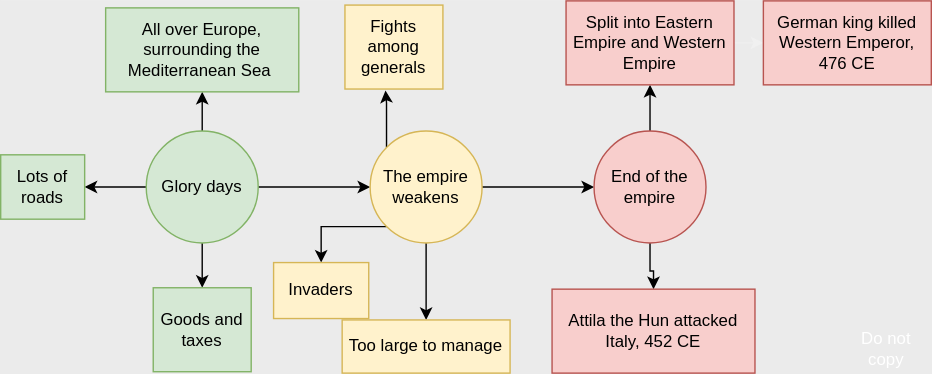
The draw.io diagram html/medieval_europe/source/source_1.drawio.svg in urbanetrex/cdn, before a commit. Source tidied: cells renumbered, new cells last; positions are measured from the earlier drawing's top-left corner, leaving out a move shared by most shapes.
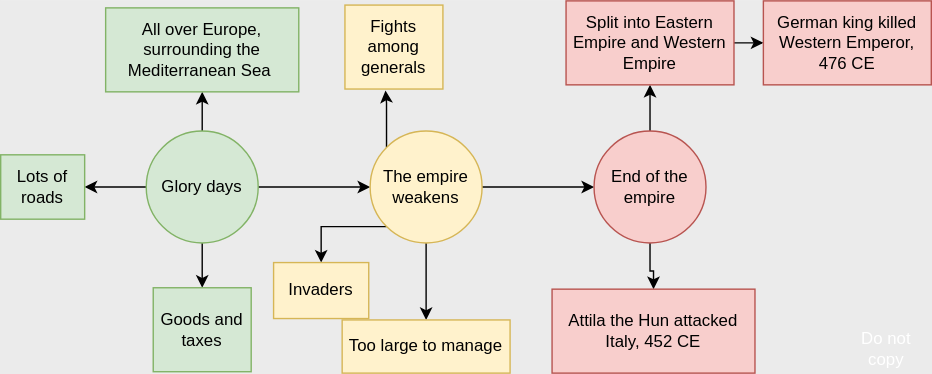
The same diagram one commit later.

Commit message:
The bugs are so

Diff of the diagram source:
```diff
@@ -62,7 +62,7 @@
     <mxCell id="21" value="&lt;font&gt;Attila the Hun attacked Italy, 452 CE&lt;/font&gt;" style="whiteSpace=wrap;html=1;fillColor=#f8cecc;strokeColor=#b85450;fontColor=#000000;" parent="1" vertex="1">
       <mxGeometry x="394" y="206" width="145" height="60" as="geometry" />
     </mxCell>
-    <mxCell id="22" style="edgeStyle=orthogonalEdgeStyle;rounded=0;jettySize=auto;html=1;fontColor=#000000;" parent="1" edge="1" source="23" target="24">
+    <mxCell id="22" style="edgeStyle=orthogonalEdgeStyle;rounded=0;jettySize=auto;html=1;fontColor=#000000;strokeColor=#000000;" parent="1" edge="1" source="23" target="24">
       <mxGeometry relative="1" as="geometry" />
     </mxCell>
     <mxCell id="23" value="Split into Eastern Empire and Western Empire" style="whiteSpace=wrap;html=1;fillColor=#f8cecc;strokeColor=#b85450;fontColor=#000000;" parent="1" vertex="1">
```
